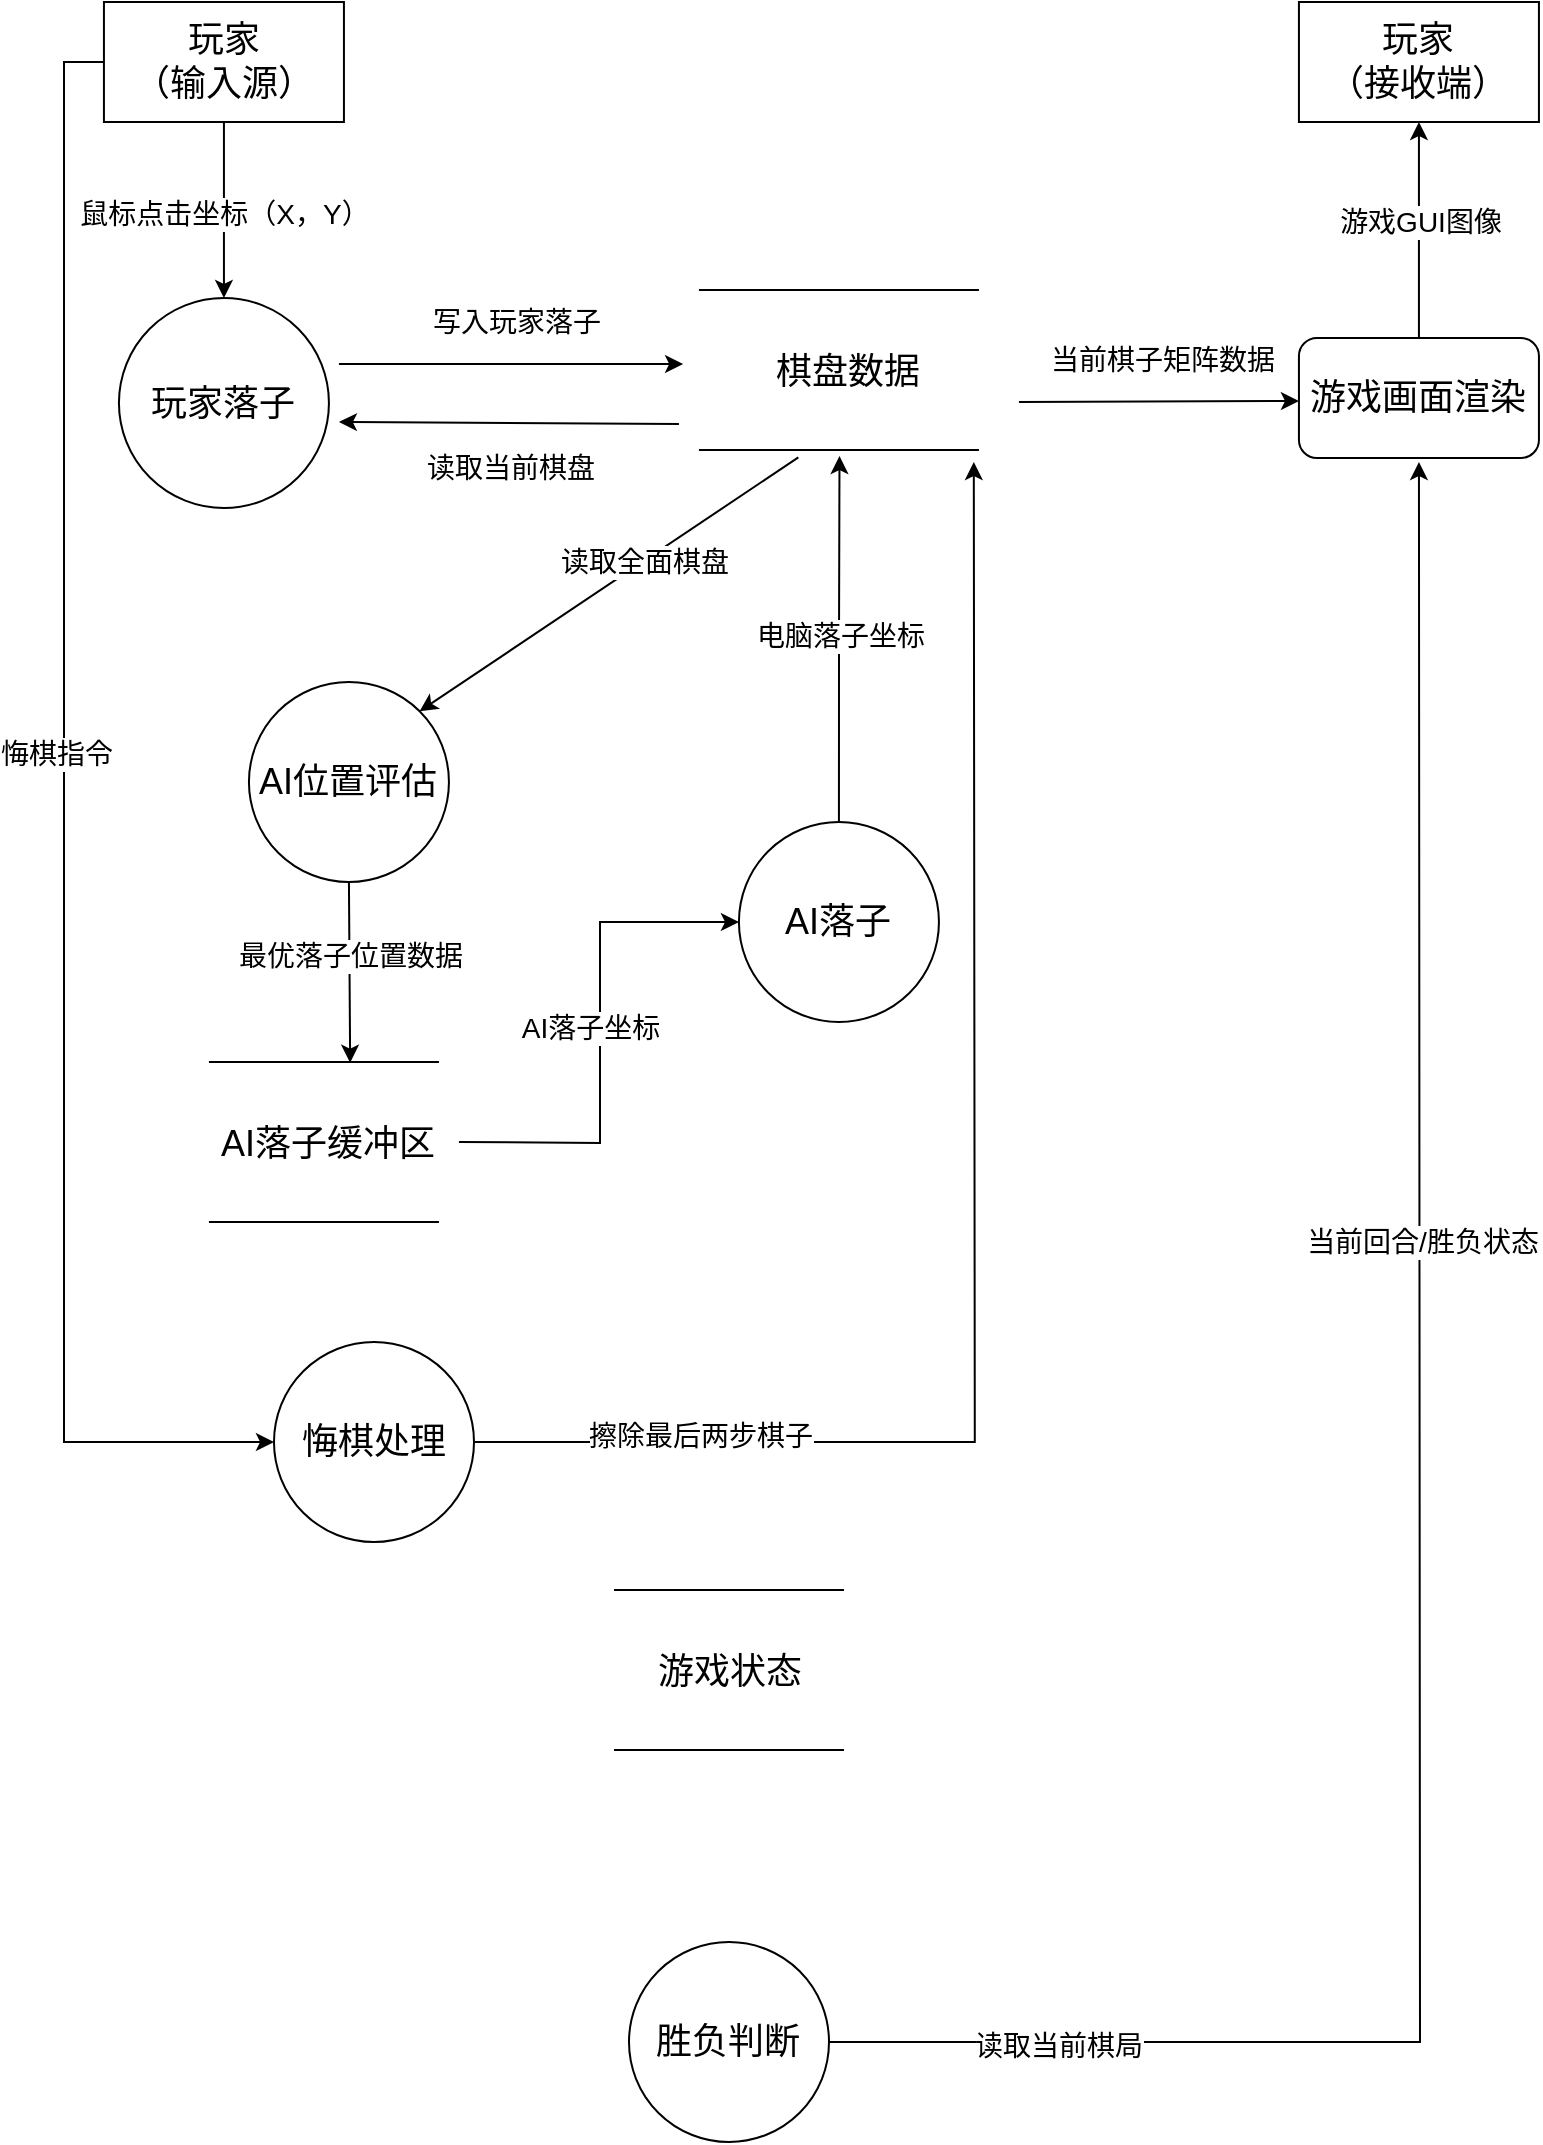
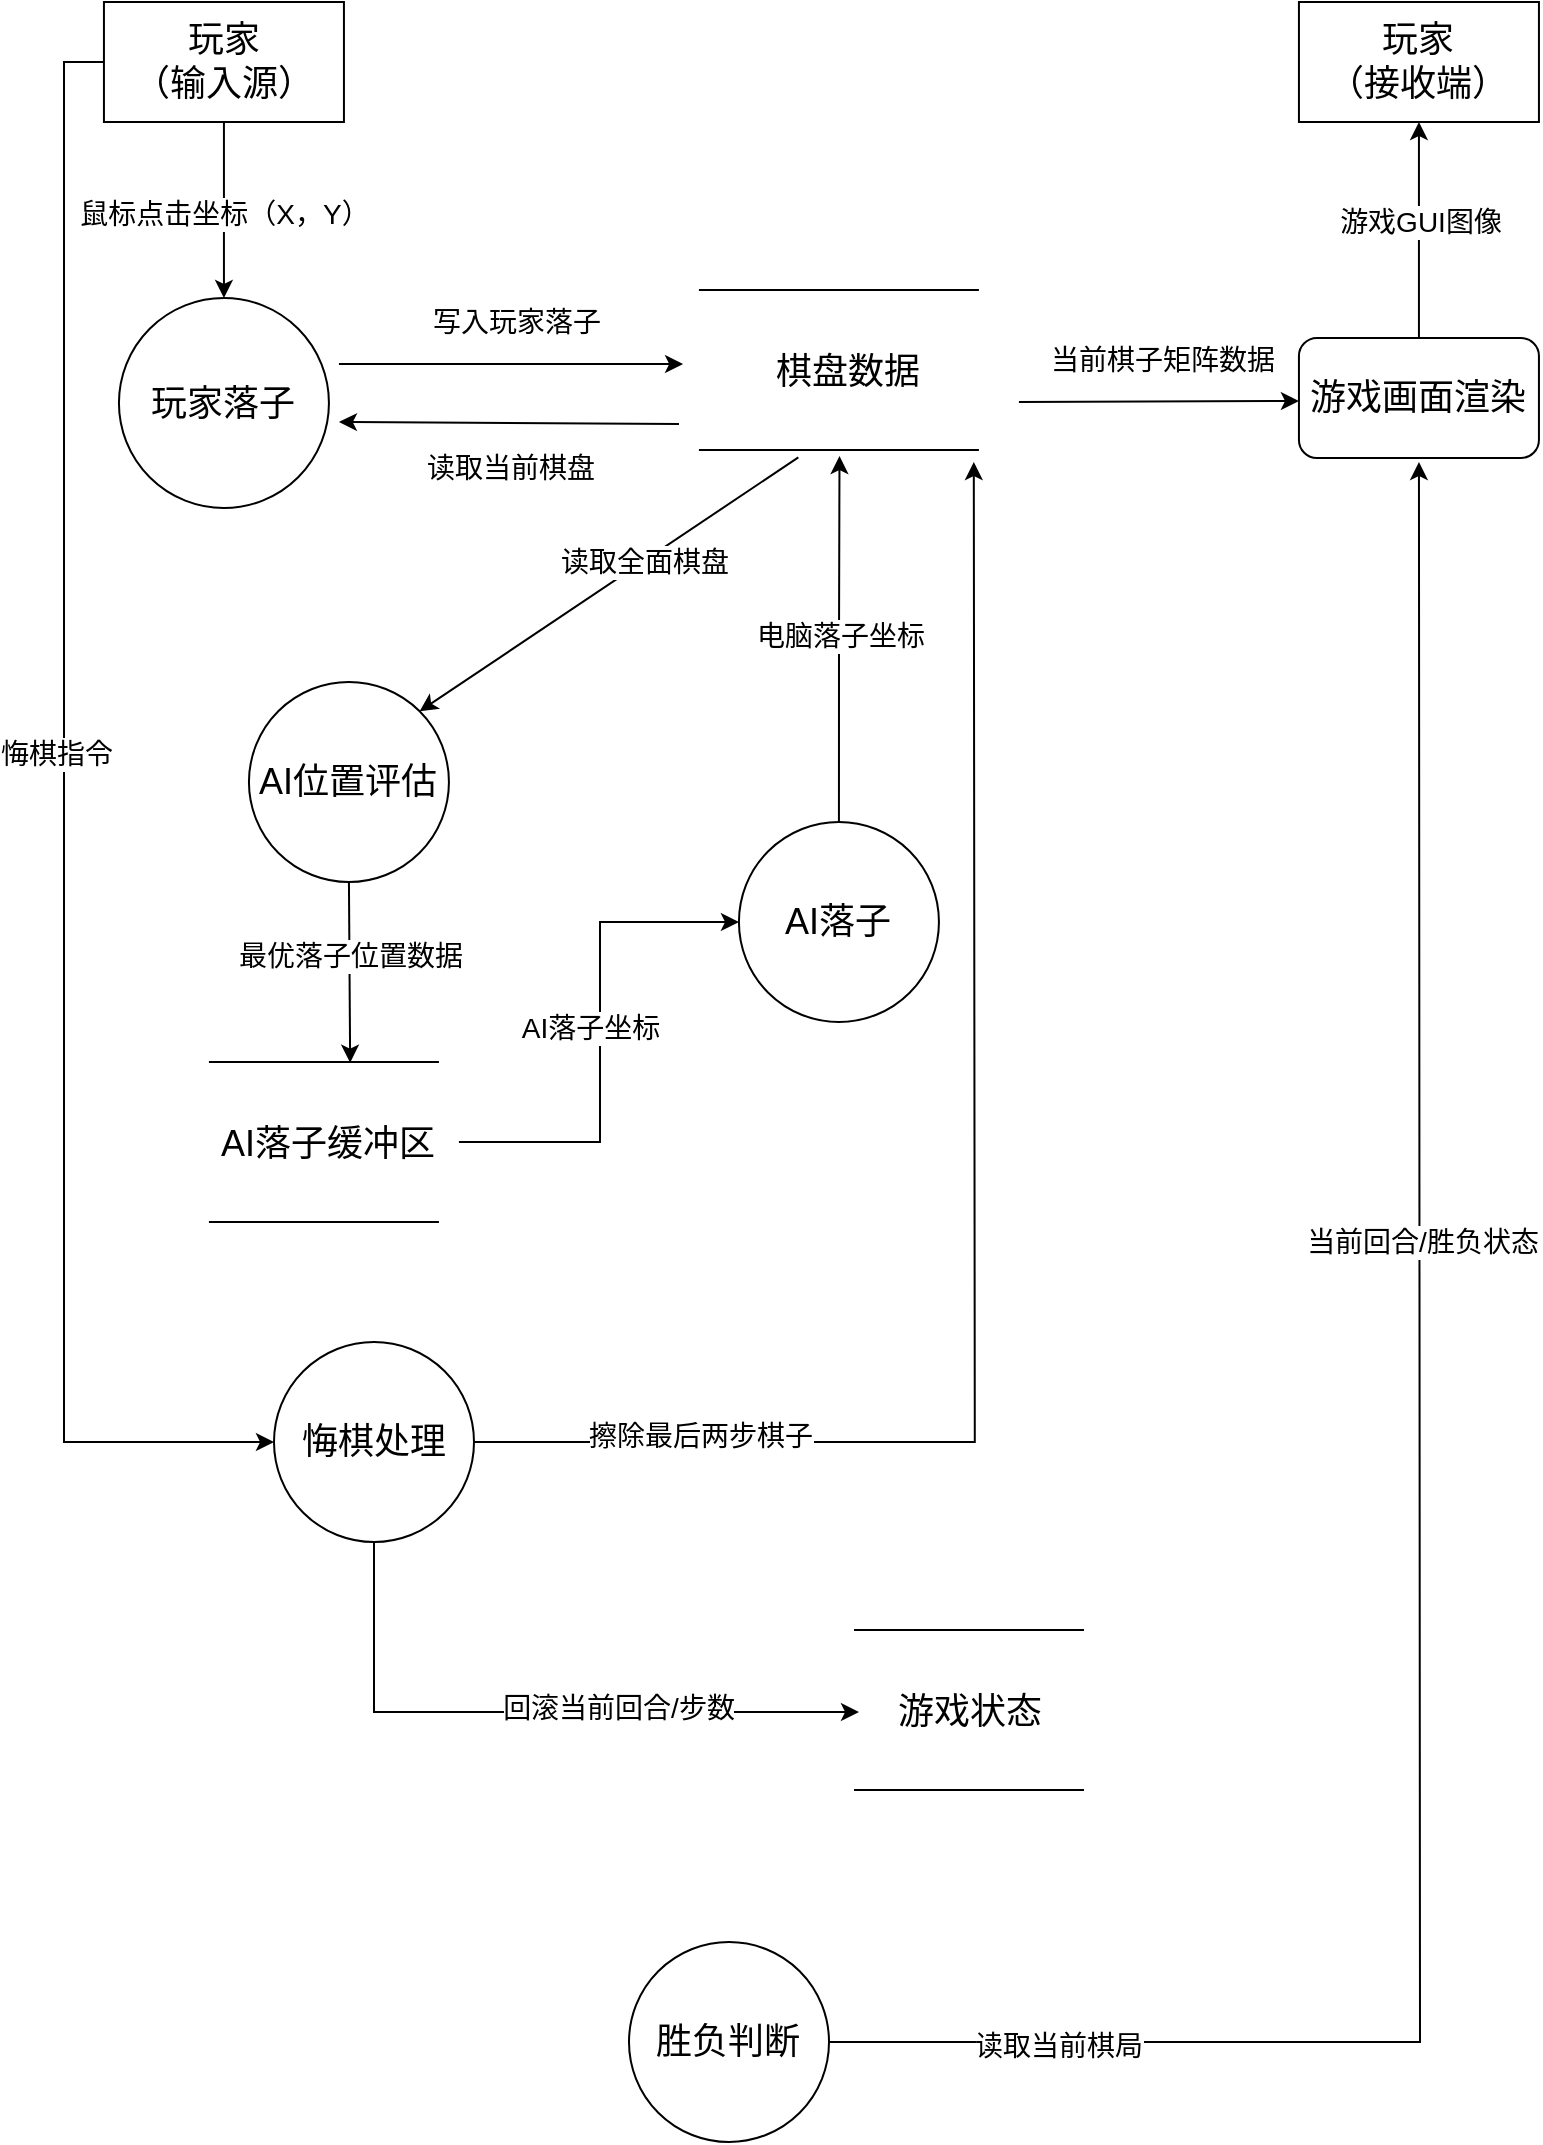
<mxfile host="app.diagrams.net">
  <diagram name="Page-1" id="hryGj0KzSXnJhMcqTr9-">
    <mxGraphModel dx="1201" dy="825" grid="1" gridSize="10" guides="1" tooltips="1" connect="1" arrows="1" fold="1" page="1" pageScale="1" pageWidth="827" pageHeight="1169" math="0" shadow="0">
      <root>
        <mxCell id="0" />
        <mxCell id="1" parent="0" />
        <mxCell id="fDHwApNMCYBN-XmplwMt-11" edge="1" parent="1" source="fDHwApNMCYBN-XmplwMt-3" style="edgeStyle=orthogonalEdgeStyle;rounded=0;orthogonalLoop=1;jettySize=auto;html=1;exitX=0.5;exitY=1;exitDx=0;exitDy=0;entryX=0.5;entryY=0;entryDx=0;entryDy=0;" target="SoA14i47H3jGXmkj97EN-22">
          <mxGeometry relative="1" as="geometry">
            <mxPoint x="92.47" y="250" as="targetPoint" />
          </mxGeometry>
        </mxCell>
        <mxCell id="fDHwApNMCYBN-XmplwMt-12" connectable="0" parent="fDHwApNMCYBN-XmplwMt-11" style="edgeLabel;html=1;align=center;verticalAlign=middle;resizable=0;points=[];" value="&lt;font style=&quot;font-size: 14px;&quot;&gt;鼠标点击坐标（X，Y）&lt;/font&gt;" vertex="1">
          <mxGeometry relative="1" x="0.0364" as="geometry">
            <mxPoint as="offset" />
          </mxGeometry>
        </mxCell>
        <mxCell id="SoA14i47H3jGXmkj97EN-53" edge="1" parent="1" source="fDHwApNMCYBN-XmplwMt-3" style="edgeStyle=orthogonalEdgeStyle;rounded=0;orthogonalLoop=1;jettySize=auto;html=1;exitX=0;exitY=0.5;exitDx=0;exitDy=0;entryX=0;entryY=0.5;entryDx=0;entryDy=0;" target="SoA14i47H3jGXmkj97EN-41">
          <mxGeometry relative="1" as="geometry" />
        </mxCell>
        <mxCell id="SoA14i47H3jGXmkj97EN-54" connectable="0" parent="SoA14i47H3jGXmkj97EN-53" style="edgeLabel;html=1;align=center;verticalAlign=middle;resizable=0;points=[];" value="&lt;font style=&quot;font-size: 14px;&quot;&gt;悔棋指令&lt;/font&gt;" vertex="1">
          <mxGeometry relative="1" x="-0.1018" y="-4" as="geometry">
            <mxPoint as="offset" />
          </mxGeometry>
        </mxCell>
        <mxCell id="fDHwApNMCYBN-XmplwMt-3" parent="1" style="rounded=0;whiteSpace=wrap;html=1;" value="&lt;font style=&quot;font-size: 18px;&quot;&gt;玩家&lt;/font&gt;&lt;div&gt;&lt;font style=&quot;font-size: 18px;&quot;&gt;（输入源）&lt;/font&gt;&lt;/div&gt;" vertex="1">
          <mxGeometry height="60" width="120" x="64.97" y="80" as="geometry" />
        </mxCell>
        <mxCell id="SoA14i47H3jGXmkj97EN-37" edge="1" parent="1" source="fDHwApNMCYBN-XmplwMt-9" style="edgeStyle=orthogonalEdgeStyle;rounded=0;orthogonalLoop=1;jettySize=auto;html=1;exitX=0.5;exitY=0;exitDx=0;exitDy=0;entryX=0.5;entryY=1;entryDx=0;entryDy=0;" target="fDHwApNMCYBN-XmplwMt-10">
          <mxGeometry relative="1" as="geometry" />
        </mxCell>
        <mxCell id="SoA14i47H3jGXmkj97EN-38" connectable="0" parent="SoA14i47H3jGXmkj97EN-37" style="edgeLabel;html=1;align=center;verticalAlign=middle;resizable=0;points=[];" value="&lt;font style=&quot;font-size: 14px;&quot;&gt;游戏GUI图像&lt;/font&gt;" vertex="1">
          <mxGeometry relative="1" x="0.0741" as="geometry">
            <mxPoint as="offset" />
          </mxGeometry>
        </mxCell>
        <mxCell id="fDHwApNMCYBN-XmplwMt-9" parent="1" style="rounded=1;whiteSpace=wrap;html=1;" value="&lt;font style=&quot;font-size: 18px;&quot;&gt;游戏画面渲染&lt;/font&gt;" vertex="1">
          <mxGeometry height="60" width="120" x="662.47" y="248" as="geometry" />
        </mxCell>
        <mxCell id="fDHwApNMCYBN-XmplwMt-10" parent="1" style="rounded=0;whiteSpace=wrap;html=1;" value="&lt;span style=&quot;font-size: 18px;&quot;&gt;玩家&lt;/span&gt;&lt;div&gt;&lt;span style=&quot;font-size: 18px;&quot;&gt;（接收端）&lt;/span&gt;&lt;/div&gt;" vertex="1">
          <mxGeometry height="60" width="120" x="662.47" y="80" as="geometry" />
        </mxCell>
        <mxCell id="SoA14i47H3jGXmkj97EN-10" edge="1" parent="1" style="endArrow=classic;html=1;rounded=0;entryX=0.013;entryY=0.14;entryDx=0;entryDy=0;entryPerimeter=0;" value="">
          <mxGeometry height="50" relative="1" width="50" as="geometry">
            <mxPoint x="182.47" y="261" as="sourcePoint" />
            <mxPoint x="354.537" y="261" as="targetPoint" />
          </mxGeometry>
        </mxCell>
        <mxCell id="SoA14i47H3jGXmkj97EN-11" connectable="0" parent="SoA14i47H3jGXmkj97EN-10" style="edgeLabel;html=1;align=center;verticalAlign=middle;resizable=0;points=[];" value="&lt;font style=&quot;font-size: 14px;&quot;&gt;写入玩家落子&lt;/font&gt;" vertex="1">
          <mxGeometry relative="1" x="0.0202" y="1" as="geometry">
            <mxPoint y="-20" as="offset" />
          </mxGeometry>
        </mxCell>
        <mxCell id="SoA14i47H3jGXmkj97EN-12" edge="1" parent="1" style="endArrow=classic;html=1;rounded=0;exitX=0.925;exitY=0;exitDx=0;exitDy=0;exitPerimeter=0;" value="">
          <mxGeometry height="50" relative="1" width="50" as="geometry">
            <mxPoint x="352.46999999999997" y="291" as="sourcePoint" />
            <mxPoint x="182.47" y="290" as="targetPoint" />
          </mxGeometry>
        </mxCell>
        <mxCell id="SoA14i47H3jGXmkj97EN-13" connectable="0" parent="SoA14i47H3jGXmkj97EN-12" style="edgeLabel;html=1;align=center;verticalAlign=middle;resizable=0;points=[];" value="&lt;font style=&quot;font-size: 14px;&quot;&gt;读取当前棋盘&lt;/font&gt;&lt;div&gt;&lt;font style=&quot;font-size: 14px;&quot;&gt;&lt;br&gt;&lt;/font&gt;&lt;/div&gt;" vertex="1">
          <mxGeometry relative="1" x="0.0202" y="1" as="geometry">
            <mxPoint x="2" y="29" as="offset" />
          </mxGeometry>
        </mxCell>
        <mxCell id="SoA14i47H3jGXmkj97EN-14" edge="1" parent="1" source="SoA14i47H3jGXmkj97EN-28" style="endArrow=classic;html=1;rounded=0;entryX=1;entryY=0;entryDx=0;entryDy=0;exitX=0.355;exitY=0.958;exitDx=0;exitDy=0;exitPerimeter=0;" target="SoA14i47H3jGXmkj97EN-23" value="">
          <mxGeometry height="50" relative="1" width="50" as="geometry">
            <mxPoint x="350.40299999999996" y="332" as="sourcePoint" />
            <mxPoint x="92.47" y="410" as="targetPoint" />
          </mxGeometry>
        </mxCell>
        <mxCell id="SoA14i47H3jGXmkj97EN-15" connectable="0" parent="SoA14i47H3jGXmkj97EN-14" style="edgeLabel;html=1;align=center;verticalAlign=middle;resizable=0;points=[];" value="&lt;font style=&quot;font-size: 14px;&quot;&gt;读取全面棋盘&lt;/font&gt;" vertex="1">
          <mxGeometry relative="1" x="-0.1782" as="geometry">
            <mxPoint as="offset" />
          </mxGeometry>
        </mxCell>
        <mxCell id="SoA14i47H3jGXmkj97EN-16" edge="1" parent="1" style="endArrow=classic;html=1;rounded=0;entryX=0.013;entryY=0.14;entryDx=0;entryDy=0;entryPerimeter=0;" value="">
          <mxGeometry height="50" relative="1" width="50" as="geometry">
            <mxPoint x="522.47" y="280" as="sourcePoint" />
            <mxPoint x="662.4670000000001" y="279.5" as="targetPoint" />
          </mxGeometry>
        </mxCell>
        <mxCell id="SoA14i47H3jGXmkj97EN-17" connectable="0" parent="SoA14i47H3jGXmkj97EN-16" style="edgeLabel;html=1;align=center;verticalAlign=middle;resizable=0;points=[];" value="&lt;span style=&quot;font-size: 14px;&quot;&gt;当前棋子矩阵数据&lt;/span&gt;" vertex="1">
          <mxGeometry relative="1" x="0.0202" y="1" as="geometry">
            <mxPoint y="-20" as="offset" />
          </mxGeometry>
        </mxCell>
        <mxCell id="SoA14i47H3jGXmkj97EN-22" parent="1" style="ellipse;whiteSpace=wrap;html=1;aspect=fixed;" value="&lt;font style=&quot;font-size: 18px;&quot;&gt;玩家落子&lt;/font&gt;" vertex="1">
          <mxGeometry height="105" width="105" x="72.47" y="228" as="geometry" />
        </mxCell>
        <mxCell id="SoA14i47H3jGXmkj97EN-23" parent="1" style="ellipse;whiteSpace=wrap;html=1;aspect=fixed;" value="&lt;font style=&quot;font-size: 18px;&quot;&gt;AI位置评估&lt;/font&gt;" vertex="1">
          <mxGeometry height="100" width="100" x="137.47" y="420" as="geometry" />
        </mxCell>
        <mxCell id="SoA14i47H3jGXmkj97EN-24" parent="1" style="ellipse;whiteSpace=wrap;html=1;aspect=fixed;" value="&lt;font style=&quot;font-size: 18px;&quot;&gt;AI落子&lt;/font&gt;" vertex="1">
          <mxGeometry height="100" width="100" x="382.46999999999997" y="490" as="geometry" />
        </mxCell>
        <mxCell id="SoA14i47H3jGXmkj97EN-39" edge="1" parent="1" source="SoA14i47H3jGXmkj97EN-25" style="edgeStyle=orthogonalEdgeStyle;rounded=0;orthogonalLoop=1;jettySize=auto;html=1;exitX=1;exitY=0.5;exitDx=0;exitDy=0;">
          <mxGeometry relative="1" as="geometry">
            <mxPoint x="722.47" y="310" as="targetPoint" />
          </mxGeometry>
        </mxCell>
        <mxCell id="SoA14i47H3jGXmkj97EN-40" connectable="0" parent="SoA14i47H3jGXmkj97EN-39" style="edgeLabel;html=1;align=center;verticalAlign=middle;resizable=0;points=[];" value="&lt;font style=&quot;font-size: 14px;&quot;&gt;当前回合/胜负状态&lt;/font&gt;" vertex="1">
          <mxGeometry relative="1" x="0.2828" y="-1" as="geometry">
            <mxPoint as="offset" />
          </mxGeometry>
        </mxCell>
        <mxCell id="SoA14i47H3jGXmkj97EN-52" connectable="0" parent="SoA14i47H3jGXmkj97EN-39" style="edgeLabel;html=1;align=center;verticalAlign=middle;resizable=0;points=[];" value="&lt;font style=&quot;font-size: 14px;&quot;&gt;读取当前棋局&lt;/font&gt;" vertex="1">
          <mxGeometry relative="1" x="-0.7892" y="-2" as="geometry">
            <mxPoint as="offset" />
          </mxGeometry>
        </mxCell>
        <mxCell id="SoA14i47H3jGXmkj97EN-25" parent="1" style="ellipse;whiteSpace=wrap;html=1;aspect=fixed;" value="&lt;font style=&quot;font-size: 18px;&quot;&gt;胜负判断&lt;/font&gt;" vertex="1">
          <mxGeometry height="100" width="100" x="327.49999999999994" y="1050" as="geometry" />
        </mxCell>
        <mxCell id="SoA14i47H3jGXmkj97EN-27" parent="1" style="line;strokeWidth=1;fillColor=none;align=left;verticalAlign=middle;spacingTop=-1;spacingLeft=3;spacingRight=3;rotatable=0;labelPosition=right;points=[];portConstraint=eastwest;strokeColor=inherit;" value="" vertex="1">
          <mxGeometry height="8" width="140" x="362.46999999999997" y="220" as="geometry" />
        </mxCell>
        <mxCell id="SoA14i47H3jGXmkj97EN-28" parent="1" style="line;strokeWidth=1;fillColor=none;align=left;verticalAlign=middle;spacingTop=-1;spacingLeft=3;spacingRight=3;rotatable=0;labelPosition=right;points=[];portConstraint=eastwest;strokeColor=inherit;" value="" vertex="1">
          <mxGeometry height="8" width="140" x="362.46999999999997" y="300" as="geometry" />
        </mxCell>
        <mxCell id="SoA14i47H3jGXmkj97EN-29" parent="1" style="text;html=1;whiteSpace=wrap;strokeColor=none;fillColor=none;align=center;verticalAlign=middle;rounded=0;" value="&lt;font style=&quot;font-size: 18px;&quot;&gt;棋盘数据&lt;/font&gt;" vertex="1">
          <mxGeometry height="30" width="110" x="382.46999999999997" y="250" as="geometry" />
        </mxCell>
        <mxCell id="SoA14i47H3jGXmkj97EN-33" edge="1" parent="1" style="edgeStyle=orthogonalEdgeStyle;rounded=0;orthogonalLoop=1;jettySize=auto;html=1;entryX=0;entryY=0.5;entryDx=0;entryDy=0;" target="SoA14i47H3jGXmkj97EN-24">
          <mxGeometry relative="1" as="geometry">
+             <Array as="points">
+               <mxPoint x="313" y="650" />
+               <mxPoint x="313" y="540" />
+             </Array>
            <mxPoint x="242.47" y="650" as="sourcePoint" />
          </mxGeometry>
        </mxCell>
        <mxCell id="SoA14i47H3jGXmkj97EN-34" connectable="0" parent="SoA14i47H3jGXmkj97EN-33" style="edgeLabel;html=1;align=center;verticalAlign=middle;resizable=0;points=[];" value="&lt;font style=&quot;font-size: 14px;&quot;&gt;AI落子坐标&lt;/font&gt;" vertex="1">
          <mxGeometry relative="1" x="0.0204" y="5" as="geometry">
            <mxPoint as="offset" />
          </mxGeometry>
        </mxCell>
        <mxCell id="SoA14i47H3jGXmkj97EN-31" edge="1" parent="1" source="SoA14i47H3jGXmkj97EN-23" style="endArrow=classic;html=1;rounded=0;entryX=0.614;entryY=0.542;entryDx=0;entryDy=0;exitX=0.5;exitY=1;exitDx=0;exitDy=0;entryPerimeter=0;" target="SoA14i47H3jGXmkj97EN-42" value="">
          <mxGeometry height="50" relative="1" width="50" as="geometry">
            <mxPoint x="450.40299999999996" y="360" as="sourcePoint" />
            <mxPoint x="87.47" y="600" as="targetPoint" />
          </mxGeometry>
        </mxCell>
        <mxCell id="SoA14i47H3jGXmkj97EN-32" connectable="0" parent="SoA14i47H3jGXmkj97EN-31" style="edgeLabel;html=1;align=center;verticalAlign=middle;resizable=0;points=[];" value="&lt;span style=&quot;font-size: 14px;&quot;&gt;最优落子位置数据&lt;/span&gt;" vertex="1">
          <mxGeometry relative="1" x="-0.1782" as="geometry">
            <mxPoint as="offset" />
          </mxGeometry>
        </mxCell>
        <mxCell id="SoA14i47H3jGXmkj97EN-35" edge="1" parent="1" source="SoA14i47H3jGXmkj97EN-24" style="edgeStyle=orthogonalEdgeStyle;rounded=0;orthogonalLoop=1;jettySize=auto;html=1;exitX=0.5;exitY=0;exitDx=0;exitDy=0;entryX=0.502;entryY=0.875;entryDx=0;entryDy=0;entryPerimeter=0;" target="SoA14i47H3jGXmkj97EN-28">
          <mxGeometry relative="1" as="geometry" />
        </mxCell>
        <mxCell id="SoA14i47H3jGXmkj97EN-36" connectable="0" parent="SoA14i47H3jGXmkj97EN-35" style="edgeLabel;html=1;align=center;verticalAlign=middle;resizable=0;points=[];" value="&lt;span style=&quot;font-size: 14px;&quot;&gt;电脑落子坐标&lt;/span&gt;" vertex="1">
          <mxGeometry relative="1" x="-0.0044" y="1" as="geometry">
            <mxPoint y="-1" as="offset" />
          </mxGeometry>
        </mxCell>
        <mxCell id="SoA14i47H3jGXmkj97EN-55" edge="1" parent="1" source="SoA14i47H3jGXmkj97EN-41" style="edgeStyle=orthogonalEdgeStyle;rounded=0;orthogonalLoop=1;jettySize=auto;html=1;exitX=1;exitY=0.5;exitDx=0;exitDy=0;">
          <mxGeometry relative="1" as="geometry">
            <mxPoint x="499.9" y="310" as="targetPoint" />
          </mxGeometry>
        </mxCell>
        <mxCell id="SoA14i47H3jGXmkj97EN-57" connectable="0" parent="SoA14i47H3jGXmkj97EN-55" style="edgeLabel;html=1;align=center;verticalAlign=middle;resizable=0;points=[];" value="&lt;font style=&quot;font-size: 14px;&quot;&gt;擦除最后两步棋子&lt;/font&gt;" vertex="1">
          <mxGeometry relative="1" x="-0.6914" y="3" as="geometry">
            <mxPoint x="-1" as="offset" />
          </mxGeometry>
        </mxCell>
+         <mxCell id="SoA14i47H3jGXmkj97EN-58" edge="1" parent="1" source="SoA14i47H3jGXmkj97EN-41" style="edgeStyle=orthogonalEdgeStyle;rounded=0;orthogonalLoop=1;jettySize=auto;html=1;exitX=0.5;exitY=1;exitDx=0;exitDy=0;entryX=0;entryY=0.5;entryDx=0;entryDy=0;" target="SoA14i47H3jGXmkj97EN-51">
+           <mxGeometry relative="1" as="geometry" />
+         </mxCell>
+         <mxCell id="SoA14i47H3jGXmkj97EN-59" connectable="0" parent="SoA14i47H3jGXmkj97EN-58" style="edgeLabel;html=1;align=center;verticalAlign=middle;resizable=0;points=[];" value="&lt;font style=&quot;font-size: 14px;&quot;&gt;回滚当前回合/步数&lt;/font&gt;" vertex="1">
+           <mxGeometry relative="1" x="0.2601" y="2" as="geometry">
+             <mxPoint as="offset" />
+           </mxGeometry>
+         </mxCell>
        <mxCell id="SoA14i47H3jGXmkj97EN-41" parent="1" style="ellipse;whiteSpace=wrap;html=1;aspect=fixed;" value="&lt;font style=&quot;font-size: 18px;&quot;&gt;悔棋处理&lt;/font&gt;" vertex="1">
          <mxGeometry height="100" width="100" x="150" y="750" as="geometry" />
        </mxCell>
        <mxCell id="SoA14i47H3jGXmkj97EN-42" parent="1" style="line;strokeWidth=1;fillColor=none;align=left;verticalAlign=middle;spacingTop=-1;spacingLeft=3;spacingRight=3;rotatable=0;labelPosition=right;points=[];portConstraint=eastwest;strokeColor=inherit;" value="" vertex="1">
          <mxGeometry height="8" width="115" x="117.47" y="606" as="geometry" />
        </mxCell>
        <mxCell id="SoA14i47H3jGXmkj97EN-43" parent="1" style="line;strokeWidth=1;fillColor=none;align=left;verticalAlign=middle;spacingTop=-1;spacingLeft=3;spacingRight=3;rotatable=0;labelPosition=right;points=[];portConstraint=eastwest;strokeColor=inherit;" value="" vertex="1">
          <mxGeometry height="8" width="115" x="117.47" y="686" as="geometry" />
        </mxCell>
        <mxCell id="SoA14i47H3jGXmkj97EN-44" parent="1" style="text;html=1;whiteSpace=wrap;strokeColor=none;fillColor=none;align=center;verticalAlign=middle;rounded=0;" value="&lt;span style=&quot;font-size: 18px;&quot;&gt;AI落子缓冲区&lt;/span&gt;" vertex="1">
          <mxGeometry height="30" width="110" x="122.47" y="636" as="geometry" />
        </mxCell>
        <mxCell id="SoA14i47H3jGXmkj97EN-49" parent="1" style="line;strokeWidth=1;fillColor=none;align=left;verticalAlign=middle;spacingTop=-1;spacingLeft=3;spacingRight=3;rotatable=0;labelPosition=right;points=[];portConstraint=eastwest;strokeColor=inherit;" value="" vertex="1">
-           <mxGeometry height="8" width="115" x="320" y="870" as="geometry" />
+           <mxGeometry height="8" width="115" x="440" y="890" as="geometry" />
        </mxCell>
        <mxCell id="SoA14i47H3jGXmkj97EN-50" parent="1" style="line;strokeWidth=1;fillColor=none;align=left;verticalAlign=middle;spacingTop=-1;spacingLeft=3;spacingRight=3;rotatable=0;labelPosition=right;points=[];portConstraint=eastwest;strokeColor=inherit;" value="" vertex="1">
-           <mxGeometry height="8" width="115" x="320" y="950" as="geometry" />
+           <mxGeometry height="8" width="115" x="440" y="970" as="geometry" />
        </mxCell>
        <mxCell id="SoA14i47H3jGXmkj97EN-51" parent="1" style="text;html=1;whiteSpace=wrap;strokeColor=none;fillColor=none;align=center;verticalAlign=middle;rounded=0;" value="&lt;span style=&quot;font-size: 18px;&quot;&gt;游戏状态&lt;/span&gt;" vertex="1">
-           <mxGeometry height="30" width="110" x="322.5" y="900" as="geometry" />
+           <mxGeometry height="30" width="110" x="442.5" y="920" as="geometry" />
        </mxCell>
      </root>
    </mxGraphModel>
  </diagram>
</mxfile>
